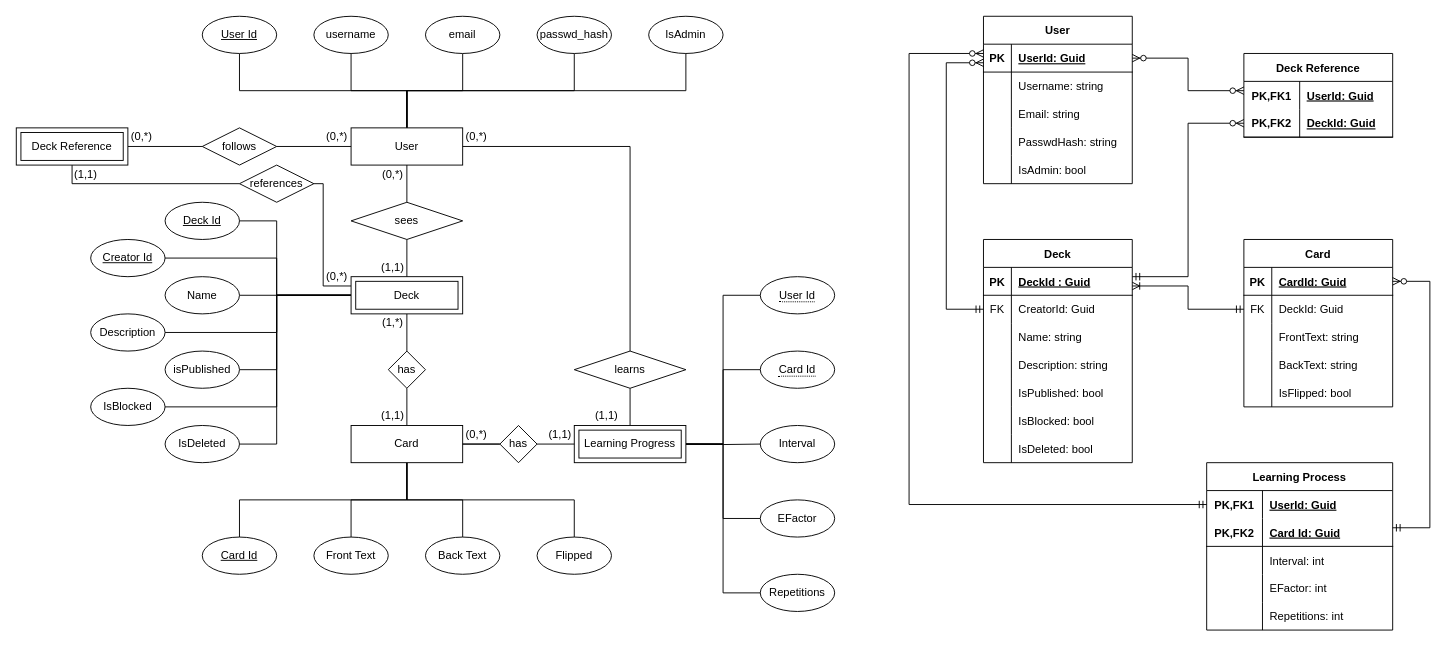
Before: ER_Diagram.drawio in FabioPlunser/SWA-Project, a draw.io diagram. Source tidied: cells renumbered, new cells numbered last; positions are measured from the earlier drawing's top-left corner, leaving out a move shared by most shapes. Both pictures are drawn from the tidied source at 93%, with x=0, y=0 at pixel (16, 16).
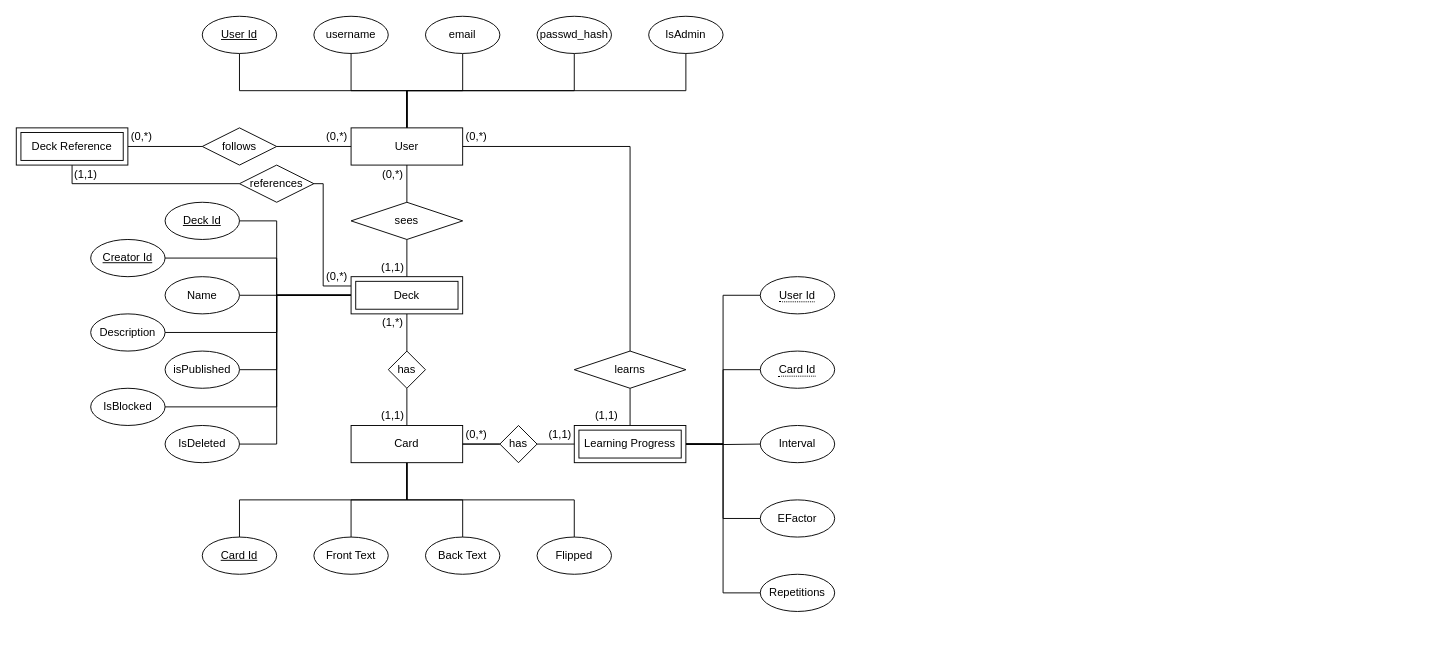
The same diagram, later.

What changed in the source:
```diff
@@
-    <mxCell id="80" value="User" style="shape=table;startSize=30;childLayout=tableLayout;rowLines=0;fontStyle=1;align=center;" parent="1" vertex="1">
-      <mxGeometry x="1040" width="160" height="180" as="geometry" />
-    </mxCell>
-    <mxCell id="81" style="shape=tableRow;horizontal=0;startSize=0;swimlaneHead=0;swimlaneBody=0;fillColor=none;points=[[0,0.5],[1,0.5]];portConstraint=eastwest;top=0;left=0;right=0;bottom=1;" parent="80" vertex="1">
-      <mxGeometry y="30" width="160" height="30" as="geometry" />
-    </mxCell>
-    <mxCell id="82" value="PK" style="shape=partialRectangle;fillColor=none;top=0;left=0;bottom=0;right=0;fontStyle=1;overflow=hidden;" parent="81" vertex="1">
-      <mxGeometry width="30" height="30" as="geometry" />
-    </mxCell>
-    <mxCell id="83" value="UserId: Guid" style="shape=partialRectangle;fillColor=none;top=0;left=0;bottom=0;right=0;align=left;spacingLeft=6;fontStyle=5;overflow=hidden;" parent="81" vertex="1">
-      <mxGeometry x="30" width="130" height="30" as="geometry" />
-    </mxCell>
-    <mxCell id="84" style="shape=tableRow;horizontal=0;startSize=0;swimlaneHead=0;swimlaneBody=0;fillColor=none;top=0;left=0;right=0;bottom=0;" parent="80" vertex="1">
-      <mxGeometry y="60" width="160" height="30" as="geometry" />
-    </mxCell>
-    <mxCell id="85" style="shape=partialRectangle;fillColor=none;top=0;left=0;bottom=0;right=0;overflow=hidden;" parent="84" vertex="1">
-      <mxGeometry width="30" height="30" as="geometry" />
-    </mxCell>
-    <mxCell id="86" value="Username: string" style="shape=partialRectangle;fillColor=none;top=0;left=0;bottom=0;right=0;align=left;spacingLeft=6;overflow=hidden;" parent="84" vertex="1">
-      <mxGeometry x="30" width="130" height="30" as="geometry" />
-    </mxCell>
-    <mxCell id="87" style="shape=tableRow;horizontal=0;startSize=0;swimlaneHead=0;swimlaneBody=0;fillColor=none;top=0;left=0;right=0;bottom=0;" parent="80" vertex="1">
-      <mxGeometry y="90" width="160" height="30" as="geometry" />
-    </mxCell>
-    <mxCell id="88" style="shape=partialRectangle;fillColor=none;top=0;left=0;bottom=0;right=0;overflow=hidden;" parent="87" vertex="1">
-      <mxGeometry width="30" height="30" as="geometry" />
-    </mxCell>
-    <mxCell id="89" value="Email: string" style="shape=partialRectangle;fillColor=none;top=0;left=0;bottom=0;right=0;align=left;spacingLeft=6;overflow=hidden;" parent="87" vertex="1">
-      <mxGeometry x="30" width="130" height="30" as="geometry" />
-    </mxCell>
-    <mxCell id="90" style="shape=tableRow;horizontal=0;startSize=0;swimlaneHead=0;swimlaneBody=0;fillColor=none;top=0;left=0;right=0;bottom=0;" parent="80" vertex="1">
-      <mxGeometry y="120" width="160" height="30" as="geometry" />
-    </mxCell>
-    <mxCell id="91" style="shape=partialRectangle;fillColor=none;top=0;left=0;bottom=0;right=0;overflow=hidden;" parent="90" vertex="1">
-      <mxGeometry width="30" height="30" as="geometry" />
-    </mxCell>
-    <mxCell id="92" value="PasswdHash: string" style="shape=partialRectangle;fillColor=none;top=0;left=0;bottom=0;right=0;align=left;spacingLeft=6;overflow=hidden;" parent="90" vertex="1">
-      <mxGeometry x="30" width="130" height="30" as="geometry" />
-    </mxCell>
-    <mxCell id="93" style="shape=tableRow;horizontal=0;startSize=0;swimlaneHead=0;swimlaneBody=0;fillColor=none;top=0;left=0;right=0;bottom=0;" parent="80" vertex="1">
-      <mxGeometry y="150" width="160" height="30" as="geometry" />
-    </mxCell>
-    <mxCell id="94" style="shape=partialRectangle;fillColor=none;top=0;left=0;bottom=0;right=0;overflow=hidden;" parent="93" vertex="1">
-      <mxGeometry width="30" height="30" as="geometry" />
-    </mxCell>
-    <mxCell id="95" value="IsAdmin: bool" style="shape=partialRectangle;fillColor=none;top=0;left=0;bottom=0;right=0;align=left;spacingLeft=6;overflow=hidden;" parent="93" vertex="1">
-      <mxGeometry x="30" width="130" height="30" as="geometry" />
-    </mxCell>
-    <mxCell id="96" value="Deck" style="shape=table;startSize=30;childLayout=tableLayout;rowLines=0;fontStyle=1;align=center;" parent="1" vertex="1">
-      <mxGeometry x="1040" y="240" width="160" height="240" as="geometry" />
-    </mxCell>
-    <mxCell id="97" style="shape=tableRow;horizontal=0;startSize=0;swimlaneHead=0;swimlaneBody=0;fillColor=none;points=[[0,0.5],[1,0.5]];portConstraint=eastwest;top=0;left=0;right=0;bottom=1;" parent="96" vertex="1">
-      <mxGeometry y="30" width="160" height="30" as="geometry" />
-    </mxCell>
-    <mxCell id="98" value="PK" style="shape=partialRectangle;fillColor=none;top=0;left=0;bottom=0;right=0;fontStyle=1;overflow=hidden;" parent="97" vertex="1">
-      <mxGeometry width="30" height="30" as="geometry" />
-    </mxCell>
-    <mxCell id="99" value="DeckId : Guid" style="shape=partialRectangle;fillColor=none;top=0;left=0;bottom=0;right=0;align=left;spacingLeft=6;fontStyle=5;overflow=hidden;" parent="97" vertex="1">
-      <mxGeometry x="30" width="130" height="30" as="geometry" />
-    </mxCell>
-    <mxCell id="100" style="shape=tableRow;horizontal=0;startSize=0;swimlaneHead=0;swimlaneBody=0;fillColor=none;points=[[0,0.5],[1,0.5]];portConstraint=eastwest;top=0;left=0;right=0;bottom=0;" parent="96" vertex="1">
-      <mxGeometry y="60" width="160" height="30" as="geometry" />
-    </mxCell>
-    <mxCell id="101" value="FK" style="shape=partialRectangle;fillColor=none;top=0;left=0;bottom=0;right=0;fontStyle=0;overflow=hidden;" parent="100" vertex="1">
-      <mxGeometry width="30" height="30" as="geometry" />
-    </mxCell>
-    <mxCell id="102" value="CreatorId: Guid" style="shape=partialRectangle;fillColor=none;top=0;left=0;bottom=0;right=0;align=left;spacingLeft=6;fontStyle=0;overflow=hidden;" parent="100" vertex="1">
-      <mxGeometry x="30" width="130" height="30" as="geometry" />
-    </mxCell>
-    <mxCell id="103" style="shape=tableRow;horizontal=0;startSize=0;swimlaneHead=0;swimlaneBody=0;fillColor=none;top=0;left=0;right=0;bottom=0;" parent="96" vertex="1">
-      <mxGeometry y="90" width="160" height="30" as="geometry" />
-    </mxCell>
-    <mxCell id="104" style="shape=partialRectangle;fillColor=none;top=0;left=0;bottom=0;right=0;overflow=hidden;" parent="103" vertex="1">
-      <mxGeometry width="30" height="30" as="geometry" />
-    </mxCell>
-    <mxCell id="105" value="Name: string" style="shape=partialRectangle;fillColor=none;top=0;left=0;bottom=0;right=0;align=left;spacingLeft=6;overflow=hidden;" parent="103" vertex="1">
-      <mxGeometry x="30" width="130" height="30" as="geometry" />
-    </mxCell>
-    <mxCell id="106" style="shape=tableRow;horizontal=0;startSize=0;swimlaneHead=0;swimlaneBody=0;fillColor=none;top=0;left=0;right=0;bottom=0;" parent="96" vertex="1">
-      <mxGeometry y="120" width="160" height="30" as="geometry" />
-    </mxCell>
-    <mxCell id="107" style="shape=partialRectangle;fillColor=none;top=0;left=0;bottom=0;right=0;overflow=hidden;" parent="106" vertex="1">
-      <mxGeometry width="30" height="30" as="geometry" />
-    </mxCell>
-    <mxCell id="108" value="Description: string" style="shape=partialRectangle;fillColor=none;top=0;left=0;bottom=0;right=0;align=left;spacingLeft=6;overflow=hidden;" parent="106" vertex="1">
-      <mxGeometry x="30" width="130" height="30" as="geometry" />
-    </mxCell>
-    <mxCell id="109" style="shape=tableRow;horizontal=0;startSize=0;swimlaneHead=0;swimlaneBody=0;fillColor=none;top=0;left=0;right=0;bottom=0;" parent="96" vertex="1">
-      <mxGeometry y="150" width="160" height="30" as="geometry" />
-    </mxCell>
-    <mxCell id="110" style="shape=partialRectangle;fillColor=none;top=0;left=0;bottom=0;right=0;overflow=hidden;" parent="109" vertex="1">
-      <mxGeometry width="30" height="30" as="geometry" />
-    </mxCell>
-    <mxCell id="111" value="IsPublished: bool" style="shape=partialRectangle;fillColor=none;top=0;left=0;bottom=0;right=0;align=left;spacingLeft=6;overflow=hidden;" parent="109" vertex="1">
-      <mxGeometry x="30" width="130" height="30" as="geometry" />
-    </mxCell>
-    <mxCell id="112" style="shape=tableRow;horizontal=0;startSize=0;swimlaneHead=0;swimlaneBody=0;fillColor=none;top=0;left=0;right=0;bottom=0;" parent="96" vertex="1">
-      <mxGeometry y="180" width="160" height="30" as="geometry" />
-    </mxCell>
-    <mxCell id="113" style="shape=partialRectangle;fillColor=none;top=0;left=0;bottom=0;right=0;overflow=hidden;" parent="112" vertex="1">
-      <mxGeometry width="30" height="30" as="geometry" />
-    </mxCell>
-    <mxCell id="114" value="IsBlocked: bool" style="shape=partialRectangle;fillColor=none;top=0;left=0;bottom=0;right=0;align=left;spacingLeft=6;overflow=hidden;" parent="112" vertex="1">
-      <mxGeometry x="30" width="130" height="30" as="geometry" />
-    </mxCell>
-    <mxCell id="115" style="shape=tableRow;horizontal=0;startSize=0;swimlaneHead=0;swimlaneBody=0;fillColor=none;top=0;left=0;right=0;bottom=0;" parent="96" vertex="1">
-      <mxGeometry y="210" width="160" height="30" as="geometry" />
-    </mxCell>
-    <mxCell id="116" style="shape=partialRectangle;fillColor=none;top=0;left=0;bottom=0;right=0;overflow=hidden;" parent="115" vertex="1">
-      <mxGeometry width="30" height="30" as="geometry" />
-    </mxCell>
-    <mxCell id="117" value="IsDeleted: bool" style="shape=partialRectangle;fillColor=none;top=0;left=0;bottom=0;right=0;align=left;spacingLeft=6;overflow=hidden;" parent="115" vertex="1">
-      <mxGeometry x="30" width="130" height="30" as="geometry" />
-    </mxCell>
-    <mxCell id="118" style="edgeStyle=orthogonalEdgeStyle;fontSize=12;html=1;endArrow=ERzeroToMany;startArrow=ERmandOne;rounded=0;" parent="1" edge="1" source="100" target="81">
-      <mxGeometry relative="1" as="geometry">
-        <Array as="points">
-          <mxPoint x="1000" y="315" />
-          <mxPoint x="1000" y="50" />
-        </Array>
-      </mxGeometry>
-    </mxCell>
-    <mxCell id="119" value="Deck Reference" style="shape=table;startSize=30;childLayout=tableLayout;rowLines=0;fontStyle=1;align=center;" parent="1" vertex="1">
-      <mxGeometry x="1320" y="40" width="160" height="90" as="geometry" />
-    </mxCell>
-    <mxCell id="120" style="shape=tableRow;horizontal=0;startSize=0;swimlaneHead=0;swimlaneBody=0;fillColor=none;points=[[0,0.5],[1,0.5]];portConstraint=eastwest;top=0;left=0;right=0;bottom=0;" parent="119" vertex="1">
-      <mxGeometry y="30" width="160" height="30" as="geometry" />
-    </mxCell>
-    <mxCell id="121" value="PK,FK1" style="shape=partialRectangle;fillColor=none;top=0;left=0;bottom=0;right=0;fontStyle=1;overflow=hidden;" parent="120" vertex="1">
-      <mxGeometry width="60" height="30" as="geometry" />
-    </mxCell>
-    <mxCell id="122" value="UserId: Guid" style="shape=partialRectangle;fillColor=none;top=0;left=0;bottom=0;right=0;align=left;spacingLeft=6;fontStyle=5;overflow=hidden;" parent="120" vertex="1">
-      <mxGeometry x="60" width="100" height="30" as="geometry" />
-    </mxCell>
-    <mxCell id="123" style="shape=tableRow;horizontal=0;startSize=0;swimlaneHead=0;swimlaneBody=0;fillColor=none;points=[[0,0.5],[1,0.5]];portConstraint=eastwest;top=0;left=0;right=0;bottom=1;" parent="119" vertex="1">
-      <mxGeometry y="60" width="160" height="30" as="geometry" />
-    </mxCell>
-    <mxCell id="124" value="PK,FK2" style="shape=partialRectangle;fillColor=none;top=0;left=0;bottom=0;right=0;fontStyle=1;overflow=hidden;" parent="123" vertex="1">
-      <mxGeometry width="60" height="30" as="geometry" />
-    </mxCell>
-    <mxCell id="125" value="DeckId: Guid" style="shape=partialRectangle;fillColor=none;top=0;left=0;bottom=0;right=0;align=left;spacingLeft=6;fontStyle=5;overflow=hidden;" parent="123" vertex="1">
-      <mxGeometry x="60" width="100" height="30" as="geometry" />
-    </mxCell>
-    <mxCell id="126" style="edgeStyle=orthogonalEdgeStyle;fontSize=12;html=1;endArrow=ERzeroToMany;startArrow=ERmandOne;rounded=0;jumpStyle=arc;" parent="1" edge="1" source="97" target="123">
-      <mxGeometry relative="1" as="geometry">
-        <Array as="points">
-          <mxPoint x="1260" y="280" />
-          <mxPoint x="1260" y="115" />
-        </Array>
-      </mxGeometry>
-    </mxCell>
-    <mxCell id="127" style="edgeStyle=orthogonalEdgeStyle;fontSize=12;html=1;endArrow=ERzeroToMany;endFill=1;startArrow=ERzeroToMany;rounded=0;jumpStyle=arc;" parent="1" edge="1" source="81" target="120">
-      <mxGeometry relative="1" as="geometry">
-        <Array as="points">
-          <mxPoint x="1260" y="45" />
-          <mxPoint x="1260" y="80" />
-        </Array>
-      </mxGeometry>
-    </mxCell>
-    <mxCell id="128" value="Learning Process" style="shape=table;startSize=30;childLayout=tableLayout;rowLines=0;fontStyle=1;align=center;" parent="1" vertex="1">
-      <mxGeometry x="1280" y="480" width="200" height="180" as="geometry" />
-    </mxCell>
-    <mxCell id="129" style="shape=tableRow;horizontal=0;startSize=0;swimlaneHead=0;swimlaneBody=0;fillColor=none;points=[[0,0.5],[1,0.5]];portConstraint=eastwest;top=0;left=0;right=0;bottom=0;" parent="128" vertex="1">
-      <mxGeometry y="30" width="200" height="30" as="geometry" />
-    </mxCell>
-    <mxCell id="130" value="PK,FK1" style="shape=partialRectangle;fillColor=none;top=0;left=0;bottom=0;right=0;fontStyle=1;overflow=hidden;" parent="129" vertex="1">
-      <mxGeometry width="60" height="30" as="geometry" />
-    </mxCell>
-    <mxCell id="131" value="UserId: Guid" style="shape=partialRectangle;fillColor=none;top=0;left=0;bottom=0;right=0;align=left;spacingLeft=6;fontStyle=5;overflow=hidden;" parent="129" vertex="1">
-      <mxGeometry x="60" width="140" height="30" as="geometry" />
-    </mxCell>
-    <mxCell id="132" style="shape=tableRow;horizontal=0;startSize=0;swimlaneHead=0;swimlaneBody=0;fillColor=none;points=[[0,0.5],[1,0.5]];portConstraint=eastwest;top=0;left=0;right=0;bottom=1;" parent="128" vertex="1">
-      <mxGeometry y="60" width="200" height="30" as="geometry" />
-    </mxCell>
-    <mxCell id="133" value="PK,FK2" style="shape=partialRectangle;fillColor=none;top=0;left=0;bottom=0;right=0;fontStyle=1;overflow=hidden;" parent="132" vertex="1">
-      <mxGeometry width="60" height="30" as="geometry" />
-    </mxCell>
-    <mxCell id="134" value="Card Id: Guid" style="shape=partialRectangle;fillColor=none;top=0;left=0;bottom=0;right=0;align=left;spacingLeft=6;fontStyle=5;overflow=hidden;" parent="132" vertex="1">
-      <mxGeometry x="60" width="140" height="30" as="geometry" />
-    </mxCell>
-    <mxCell id="135" style="shape=tableRow;horizontal=0;startSize=0;swimlaneHead=0;swimlaneBody=0;fillColor=none;top=0;left=0;right=0;bottom=0;" parent="128" vertex="1">
-      <mxGeometry y="90" width="200" height="30" as="geometry" />
-    </mxCell>
-    <mxCell id="136" style="shape=partialRectangle;fillColor=none;top=0;left=0;bottom=0;right=0;overflow=hidden;" parent="135" vertex="1">
-      <mxGeometry width="60" height="30" as="geometry" />
-    </mxCell>
-    <mxCell id="137" value="Interval: int" style="shape=partialRectangle;fillColor=none;top=0;left=0;bottom=0;right=0;align=left;spacingLeft=6;overflow=hidden;" parent="135" vertex="1">
-      <mxGeometry x="60" width="140" height="30" as="geometry" />
-    </mxCell>
-    <mxCell id="138" style="shape=tableRow;horizontal=0;startSize=0;swimlaneHead=0;swimlaneBody=0;fillColor=none;top=0;left=0;right=0;bottom=0;" parent="128" vertex="1">
-      <mxGeometry y="120" width="200" height="30" as="geometry" />
-    </mxCell>
-    <mxCell id="139" style="shape=partialRectangle;fillColor=none;top=0;left=0;bottom=0;right=0;overflow=hidden;" parent="138" vertex="1">
-      <mxGeometry width="60" height="30" as="geometry" />
-    </mxCell>
-    <mxCell id="140" value="EFactor: int" style="shape=partialRectangle;fillColor=none;top=0;left=0;bottom=0;right=0;align=left;spacingLeft=6;overflow=hidden;" parent="138" vertex="1">
-      <mxGeometry x="60" width="140" height="30" as="geometry" />
-    </mxCell>
-    <mxCell id="141" style="shape=tableRow;horizontal=0;startSize=0;swimlaneHead=0;swimlaneBody=0;fillColor=none;top=0;left=0;right=0;bottom=0;" parent="128" vertex="1">
-      <mxGeometry y="150" width="200" height="30" as="geometry" />
-    </mxCell>
-    <mxCell id="142" style="shape=partialRectangle;fillColor=none;top=0;left=0;bottom=0;right=0;overflow=hidden;" parent="141" vertex="1">
-      <mxGeometry width="60" height="30" as="geometry" />
-    </mxCell>
-    <mxCell id="143" value="Repetitions: int" style="shape=partialRectangle;fillColor=none;top=0;left=0;bottom=0;right=0;align=left;spacingLeft=6;overflow=hidden;" parent="141" vertex="1">
-      <mxGeometry x="60" width="140" height="30" as="geometry" />
-    </mxCell>
-    <mxCell id="144" value="Card" style="shape=table;startSize=30;childLayout=tableLayout;rowLines=0;fontStyle=1;align=center;" parent="1" vertex="1">
-      <mxGeometry x="1320" y="240" width="160" height="180" as="geometry" />
-    </mxCell>
-    <mxCell id="145" style="shape=tableRow;horizontal=0;startSize=0;swimlaneHead=0;swimlaneBody=0;fillColor=none;points=[[0,0.5],[1,0.5]];portConstraint=eastwest;top=0;left=0;right=0;bottom=1;" parent="144" vertex="1">
-      <mxGeometry y="30" width="160" height="30" as="geometry" />
-    </mxCell>
-    <mxCell id="146" value="PK" style="shape=partialRectangle;fillColor=none;top=0;left=0;bottom=0;right=0;fontStyle=1;overflow=hidden;" parent="145" vertex="1">
-      <mxGeometry width="30" height="30" as="geometry" />
-    </mxCell>
-    <mxCell id="147" value="CardId: Guid" style="shape=partialRectangle;fillColor=none;top=0;left=0;bottom=0;right=0;align=left;spacingLeft=6;fontStyle=5;overflow=hidden;" parent="145" vertex="1">
-      <mxGeometry x="30" width="130" height="30" as="geometry" />
-    </mxCell>
-    <mxCell id="148" style="shape=tableRow;horizontal=0;startSize=0;swimlaneHead=0;swimlaneBody=0;fillColor=none;points=[[0,0.5],[1,0.5]];portConstraint=eastwest;top=0;left=0;right=0;bottom=0;" parent="144" vertex="1">
-      <mxGeometry y="60" width="160" height="30" as="geometry" />
-    </mxCell>
-    <mxCell id="149" value="FK" style="shape=partialRectangle;fillColor=none;top=0;left=0;bottom=0;right=0;fontStyle=0;overflow=hidden;" parent="148" vertex="1">
-      <mxGeometry width="30" height="30" as="geometry" />
-    </mxCell>
-    <mxCell id="150" value="DeckId: Guid" style="shape=partialRectangle;fillColor=none;top=0;left=0;bottom=0;right=0;align=left;spacingLeft=6;fontStyle=0;overflow=hidden;" parent="148" vertex="1">
-      <mxGeometry x="30" width="130" height="30" as="geometry" />
-    </mxCell>
-    <mxCell id="151" style="shape=tableRow;horizontal=0;startSize=0;swimlaneHead=0;swimlaneBody=0;fillColor=none;top=0;left=0;right=0;bottom=0;" parent="144" vertex="1">
-      <mxGeometry y="90" width="160" height="30" as="geometry" />
-    </mxCell>
-    <mxCell id="152" style="shape=partialRectangle;fillColor=none;top=0;left=0;bottom=0;right=0;overflow=hidden;" parent="151" vertex="1">
-      <mxGeometry width="30" height="30" as="geometry" />
-    </mxCell>
-    <mxCell id="153" value="FrontText: string" style="shape=partialRectangle;fillColor=none;top=0;left=0;bottom=0;right=0;align=left;spacingLeft=6;overflow=hidden;" parent="151" vertex="1">
-      <mxGeometry x="30" width="130" height="30" as="geometry" />
-    </mxCell>
-    <mxCell id="154" style="shape=tableRow;horizontal=0;startSize=0;swimlaneHead=0;swimlaneBody=0;fillColor=none;top=0;left=0;right=0;bottom=0;" parent="144" vertex="1">
-      <mxGeometry y="120" width="160" height="30" as="geometry" />
-    </mxCell>
-    <mxCell id="155" style="shape=partialRectangle;fillColor=none;top=0;left=0;bottom=0;right=0;overflow=hidden;" parent="154" vertex="1">
-      <mxGeometry width="30" height="30" as="geometry" />
-    </mxCell>
-    <mxCell id="156" value="BackText: string" style="shape=partialRectangle;fillColor=none;top=0;left=0;bottom=0;right=0;align=left;spacingLeft=6;overflow=hidden;" parent="154" vertex="1">
-      <mxGeometry x="30" width="130" height="30" as="geometry" />
-    </mxCell>
-    <mxCell id="157" style="shape=tableRow;horizontal=0;startSize=0;swimlaneHead=0;swimlaneBody=0;fillColor=none;top=0;left=0;right=0;bottom=0;" parent="144" vertex="1">
-      <mxGeometry y="150" width="160" height="30" as="geometry" />
-    </mxCell>
-    <mxCell id="158" style="shape=partialRectangle;fillColor=none;top=0;left=0;bottom=0;right=0;overflow=hidden;" parent="157" vertex="1">
-      <mxGeometry width="30" height="30" as="geometry" />
-    </mxCell>
-    <mxCell id="159" value="IsFlipped: bool" style="shape=partialRectangle;fillColor=none;top=0;left=0;bottom=0;right=0;align=left;spacingLeft=6;overflow=hidden;" parent="157" vertex="1">
-      <mxGeometry x="30" width="130" height="30" as="geometry" />
-    </mxCell>
-    <mxCell id="160" style="edgeStyle=orthogonalEdgeStyle;fontSize=12;html=1;endArrow=ERoneToMany;startArrow=ERmandOne;rounded=0;jumpStyle=arc;" parent="1" edge="1" source="148" target="97">
-      <mxGeometry relative="1" as="geometry">
-        <Array as="points">
-          <mxPoint x="1260" y="315" />
-          <mxPoint x="1260" y="290" />
-        </Array>
-      </mxGeometry>
-    </mxCell>
-    <mxCell id="161" style="edgeStyle=orthogonalEdgeStyle;fontSize=12;html=1;endArrow=ERzeroToMany;startArrow=ERmandOne;rounded=0;jumpStyle=arc;" parent="1" edge="1" source="129" target="81">
-      <mxGeometry relative="1" as="geometry">
-        <Array as="points">
-          <mxPoint x="960" y="525" />
-          <mxPoint x="960" y="40" />
-        </Array>
-      </mxGeometry>
-    </mxCell>
-    <mxCell id="162" style="edgeStyle=orthogonalEdgeStyle;fontSize=12;html=1;endArrow=ERzeroToMany;startArrow=ERmandOne;rounded=0;jumpStyle=arc;" parent="1" edge="1" source="132" target="145">
-      <mxGeometry relative="1" as="geometry">
-        <Array as="points">
-          <mxPoint x="1520" y="550" />
-          <mxPoint x="1520" y="285" />
-        </Array>
-      </mxGeometry>
-    </mxCell>
```
